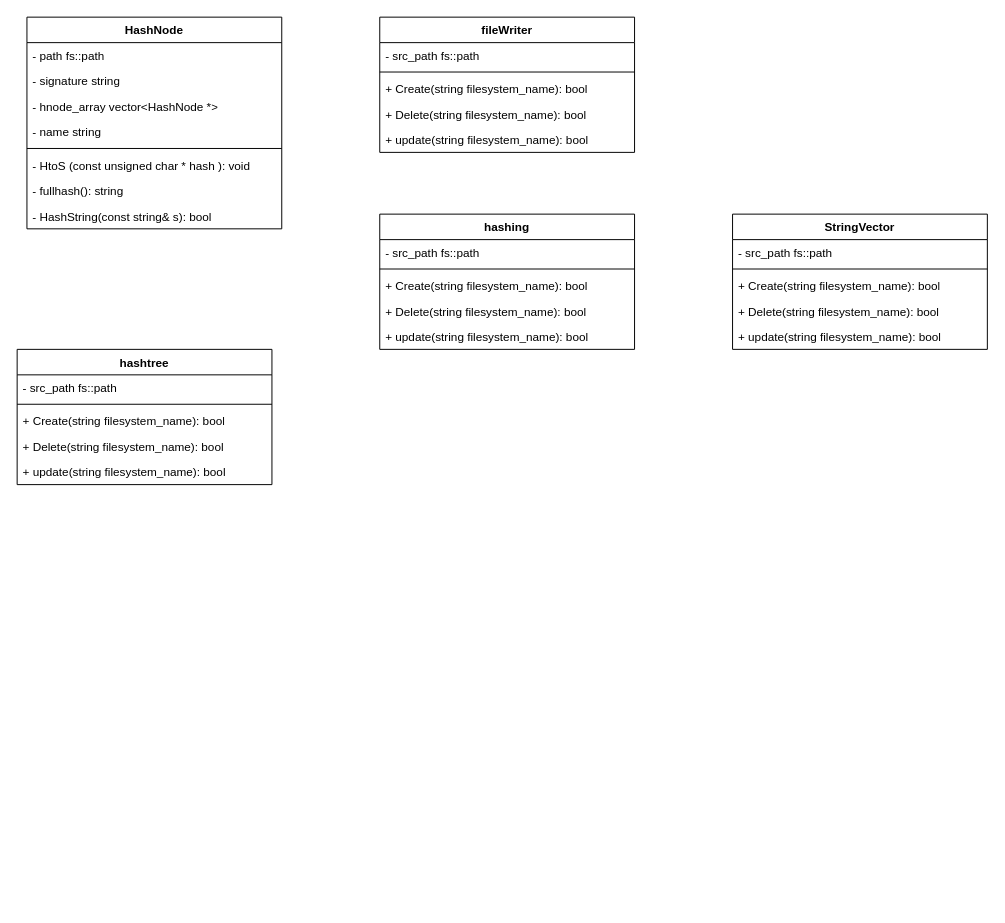
Earlier version of the draw.io diagram Uml/DiagrammeSequence/garden.drawio (Lililatortue/JavaClassProject). Source tidied: cells renumbered, new cells numbered last; positions are measured from the earlier drawing's top-left corner, leaving out a move shared by most shapes. Both pictures are drawn from the tidied source at 98%, with x=0, y=0 at pixel (17, 17).
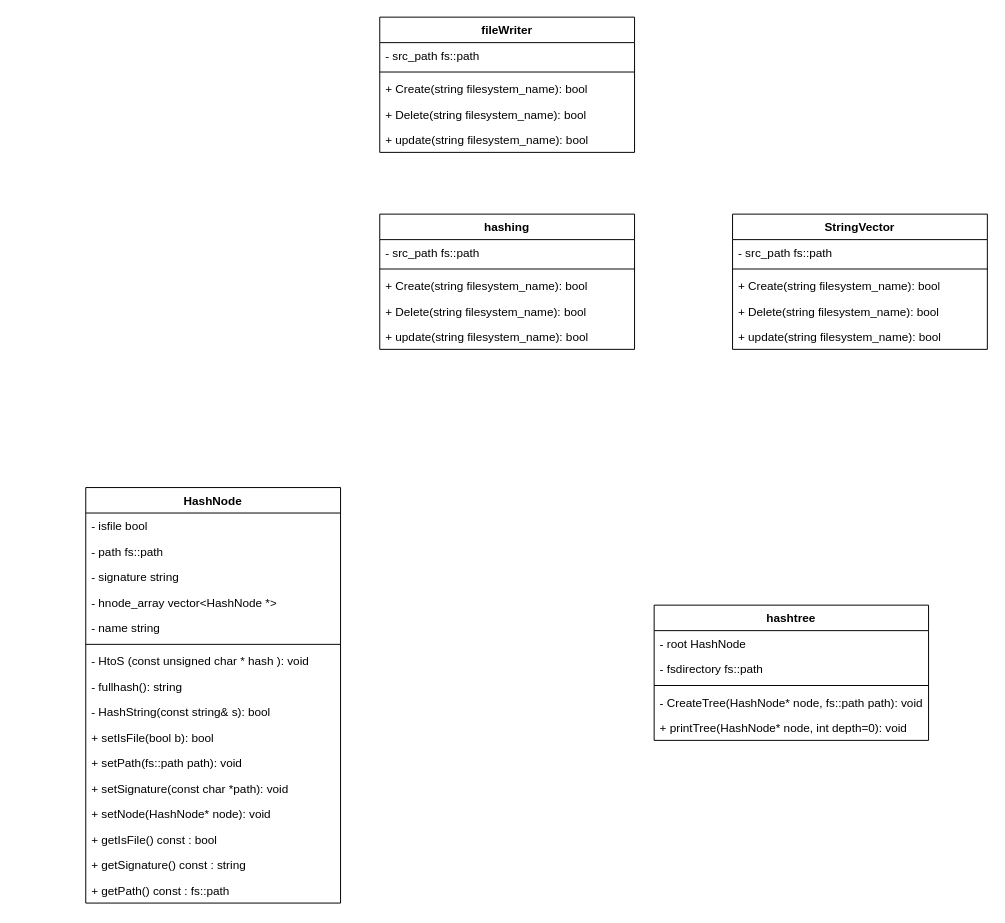
Above is the later version.

Commit message:
Mettre à jour garden.drawio

What changed in the source:
```diff
@@
     <mxCell id="2" value="&lt;div&gt;HashNode&lt;/div&gt;" style="swimlane;fontStyle=1;align=center;verticalAlign=top;horizontal=1;startSize=26;whiteSpace=wrap;html=1;" parent="1" vertex="1">
-      <mxGeometry x="10" width="260" height="216" as="geometry" />
+      <mxGeometry x="70" y="480" width="260" height="424" as="geometry" />
     </mxCell>
+    <mxCell id="35" value="- isfile bool" style="text;strokeColor=none;fillColor=none;align=left;verticalAlign=top;spacingLeft=4;spacingRight=4;overflow=hidden;whiteSpace=wrap;html=1;" parent="2" vertex="1">
+      <mxGeometry y="26" width="260" height="26" as="geometry" />
+    </mxCell>
     <mxCell id="3" value="- path fs::path" style="text;strokeColor=none;fillColor=none;align=left;verticalAlign=top;spacingLeft=4;spacingRight=4;overflow=hidden;whiteSpace=wrap;html=1;" parent="2" vertex="1">
-      <mxGeometry y="26" width="260" height="26" as="geometry" />
+      <mxGeometry y="52" width="260" height="26" as="geometry" />
     </mxCell>
     <mxCell id="4" value="- signature string" style="text;strokeColor=none;fillColor=none;align=left;verticalAlign=top;spacingLeft=4;spacingRight=4;overflow=hidden;whiteSpace=wrap;html=1;" parent="2" vertex="1">
-      <mxGeometry y="52" width="260" height="26" as="geometry" />
+      <mxGeometry y="78" width="260" height="26" as="geometry" />
     </mxCell>
     <mxCell id="5" value="- hnode_array vector&amp;lt;HashNode *&amp;gt;" style="text;strokeColor=none;fillColor=none;align=left;verticalAlign=top;spacingLeft=4;spacingRight=4;overflow=hidden;whiteSpace=wrap;html=1;" parent="2" vertex="1">
-      <mxGeometry y="78" width="260" height="26" as="geometry" />
+      <mxGeometry y="104" width="260" height="26" as="geometry" />
     </mxCell>
     <mxCell id="6" value="- name string" style="text;strokeColor=none;fillColor=none;align=left;verticalAlign=top;spacingLeft=4;spacingRight=4;overflow=hidden;whiteSpace=wrap;html=1;" parent="2" vertex="1">
-      <mxGeometry y="104" width="260" height="26" as="geometry" />
+      <mxGeometry y="130" width="260" height="26" as="geometry" />
     </mxCell>
     <mxCell id="7" style="line;strokeWidth=1;fillColor=none;align=left;verticalAlign=middle;spacingTop=-1;spacingLeft=3;spacingRight=3;labelPosition=right;strokeColor=inherit;" parent="2" vertex="1">
-      <mxGeometry y="130" width="260" height="8" as="geometry" />
+      <mxGeometry y="156" width="260" height="8" as="geometry" />
     </mxCell>
     <mxCell id="8" value="- HtoS (const unsigned char * hash ): void" style="text;strokeColor=none;fillColor=none;align=left;verticalAlign=top;spacingLeft=4;spacingRight=4;overflow=hidden;whiteSpace=wrap;html=1;" parent="2" vertex="1">
-      <mxGeometry y="138" width="260" height="26" as="geometry" />
+      <mxGeometry y="164" width="260" height="26" as="geometry" />
     </mxCell>
     <mxCell id="9" value="- fullhash(): string" style="text;strokeColor=none;fillColor=none;align=left;verticalAlign=top;spacingLeft=4;spacingRight=4;overflow=hidden;whiteSpace=wrap;html=1;" parent="2" vertex="1">
-      <mxGeometry y="164" width="260" height="26" as="geometry" />
+      <mxGeometry y="190" width="260" height="26" as="geometry" />
     </mxCell>
     <mxCell id="10" value="- HashString(const string&amp;amp; s): bool" style="text;strokeColor=none;fillColor=none;align=left;verticalAlign=top;spacingLeft=4;spacingRight=4;overflow=hidden;whiteSpace=wrap;html=1;" parent="2" vertex="1">
-      <mxGeometry y="190" width="260" height="26" as="geometry" />
+      <mxGeometry y="216" width="260" height="26" as="geometry" />
     </mxCell>
+    <mxCell id="36" value="+ setIsFile(bool b): bool" style="text;strokeColor=none;fillColor=none;align=left;verticalAlign=top;spacingLeft=4;spacingRight=4;overflow=hidden;whiteSpace=wrap;html=1;" parent="2" vertex="1">
+      <mxGeometry y="242" width="260" height="26" as="geometry" />
+    </mxCell>
+    <mxCell id="37" value="+ setPath(fs::path path): void" style="text;strokeColor=none;fillColor=none;align=left;verticalAlign=top;spacingLeft=4;spacingRight=4;overflow=hidden;whiteSpace=wrap;html=1;" parent="2" vertex="1">
+      <mxGeometry y="268" width="260" height="26" as="geometry" />
+    </mxCell>
+    <mxCell id="38" value="+ setSignature(const char *path): void" style="text;strokeColor=none;fillColor=none;align=left;verticalAlign=top;spacingLeft=4;spacingRight=4;overflow=hidden;whiteSpace=wrap;html=1;" parent="2" vertex="1">
+      <mxGeometry y="294" width="260" height="26" as="geometry" />
+    </mxCell>
+    <mxCell id="39" value="+ setNode(HashNode* node): void" style="text;strokeColor=none;fillColor=none;align=left;verticalAlign=top;spacingLeft=4;spacingRight=4;overflow=hidden;whiteSpace=wrap;html=1;" parent="2" vertex="1">
+      <mxGeometry y="320" width="260" height="26" as="geometry" />
+    </mxCell>
+    <mxCell id="40" value="+ getIsFile() const : bool" style="text;strokeColor=none;fillColor=none;align=left;verticalAlign=top;spacingLeft=4;spacingRight=4;overflow=hidden;whiteSpace=wrap;html=1;" parent="2" vertex="1">
+      <mxGeometry y="346" width="260" height="26" as="geometry" />
+    </mxCell>
+    <mxCell id="41" value="+ getSignature() const : string" style="text;strokeColor=none;fillColor=none;align=left;verticalAlign=top;spacingLeft=4;spacingRight=4;overflow=hidden;whiteSpace=wrap;html=1;" parent="2" vertex="1">
+      <mxGeometry y="372" width="260" height="26" as="geometry" />
+    </mxCell>
+    <mxCell id="42" value="+ getPath() const : fs::path" style="text;strokeColor=none;fillColor=none;align=left;verticalAlign=top;spacingLeft=4;spacingRight=4;overflow=hidden;whiteSpace=wrap;html=1;" parent="2" vertex="1">
+      <mxGeometry y="398" width="260" height="26" as="geometry" />
+    </mxCell>
@@
     <mxCell id="17" value="&lt;div&gt;hashtree&lt;/div&gt;" style="swimlane;fontStyle=1;align=center;verticalAlign=top;horizontal=1;startSize=26;whiteSpace=wrap;html=1;" parent="1" vertex="1">
-      <mxGeometry y="339" width="260" height="138" as="geometry" />
+      <mxGeometry x="650" y="600" width="280" height="138" as="geometry" />
     </mxCell>
-    <mxCell id="18" value="- src_path fs::path" style="text;strokeColor=none;fillColor=none;align=left;verticalAlign=top;spacingLeft=4;spacingRight=4;overflow=hidden;whiteSpace=wrap;html=1;" parent="17" vertex="1">
-      <mxGeometry y="26" width="260" height="26" as="geometry" />
+    <mxCell id="18" value="- root HashNode" style="text;strokeColor=none;fillColor=none;align=left;verticalAlign=top;spacingLeft=4;spacingRight=4;overflow=hidden;whiteSpace=wrap;html=1;" parent="17" vertex="1">
+      <mxGeometry y="26" width="280" height="26" as="geometry" />
     </mxCell>
+    <mxCell id="43" value="- fsdirectory fs::path" style="text;strokeColor=none;fillColor=none;align=left;verticalAlign=top;spacingLeft=4;spacingRight=4;overflow=hidden;whiteSpace=wrap;html=1;" parent="17" vertex="1">
+      <mxGeometry y="52" width="280" height="26" as="geometry" />
+    </mxCell>
     <mxCell id="19" style="line;strokeWidth=1;fillColor=none;align=left;verticalAlign=middle;spacingTop=-1;spacingLeft=3;spacingRight=3;labelPosition=right;strokeColor=inherit;" parent="17" vertex="1">
-      <mxGeometry y="52" width="260" height="8" as="geometry" />
+      <mxGeometry y="78" width="280" height="8" as="geometry" />
     </mxCell>
-    <mxCell id="20" value="+ Create(string filesystem_name): bool" style="text;strokeColor=none;fillColor=none;align=left;verticalAlign=top;spacingLeft=4;spacingRight=4;overflow=hidden;whiteSpace=wrap;html=1;" parent="17" vertex="1">
-      <mxGeometry y="60" width="260" height="26" as="geometry" />
+    <mxCell id="20" value="- CreateTree(HashNode* node, fs::path path): void" style="text;strokeColor=none;fillColor=none;align=left;verticalAlign=top;spacingLeft=4;spacingRight=4;overflow=hidden;whiteSpace=wrap;html=1;" parent="17" vertex="1">
+      <mxGeometry y="86" width="280" height="26" as="geometry" />
     </mxCell>
-    <mxCell id="21" value="+ Delete(string filesystem_name): bool" style="text;strokeColor=none;fillColor=none;align=left;verticalAlign=top;spacingLeft=4;spacingRight=4;overflow=hidden;whiteSpace=wrap;html=1;" parent="17" vertex="1">
-      <mxGeometry y="86" width="260" height="26" as="geometry" />
+    <mxCell id="21" value="+ printTree(HashNode* node, int depth=0): void" style="text;strokeColor=none;fillColor=none;align=left;verticalAlign=top;spacingLeft=4;spacingRight=4;overflow=hidden;whiteSpace=wrap;html=1;" parent="17" vertex="1">
+      <mxGeometry y="112" width="280" height="26" as="geometry" />
     </mxCell>
-    <mxCell id="22" value="+ update(string filesystem_name): bool" style="text;strokeColor=none;fillColor=none;align=left;verticalAlign=top;spacingLeft=4;spacingRight=4;overflow=hidden;whiteSpace=wrap;html=1;" parent="17" vertex="1">
-      <mxGeometry y="112" width="260" height="26" as="geometry" />
-    </mxCell>
```
